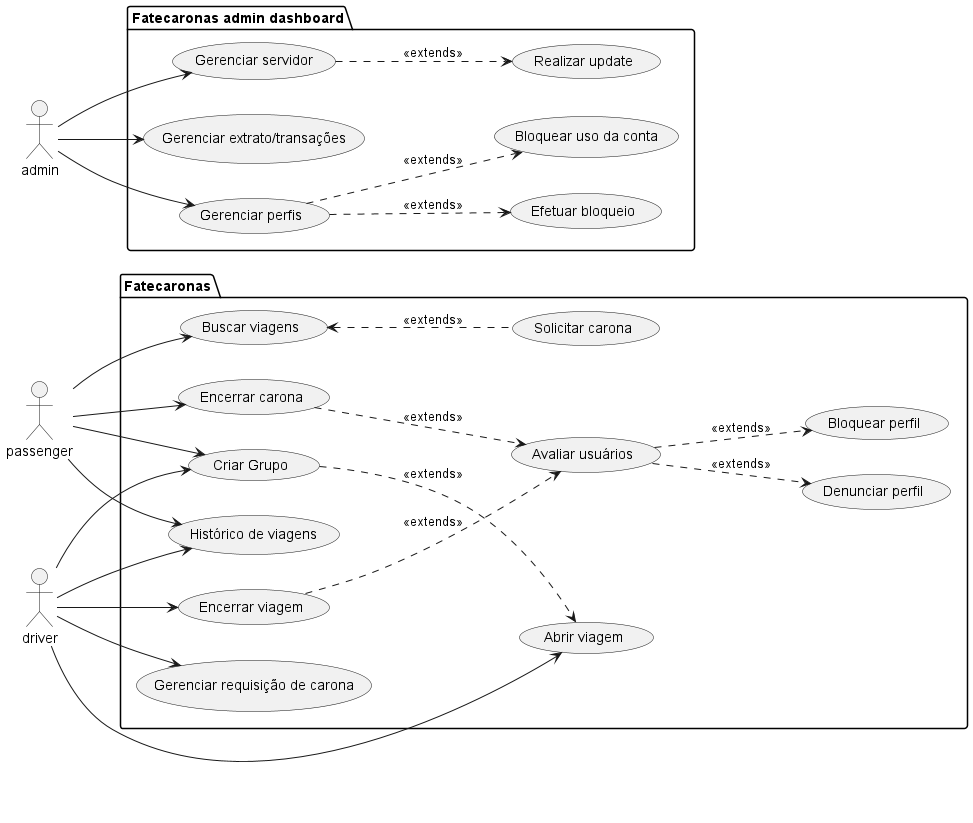
The PlantUML diagram out/uses_cases_fatecaronas/Fatecaronas.png in Vinicius0607/ProjetoES2, before a commit.
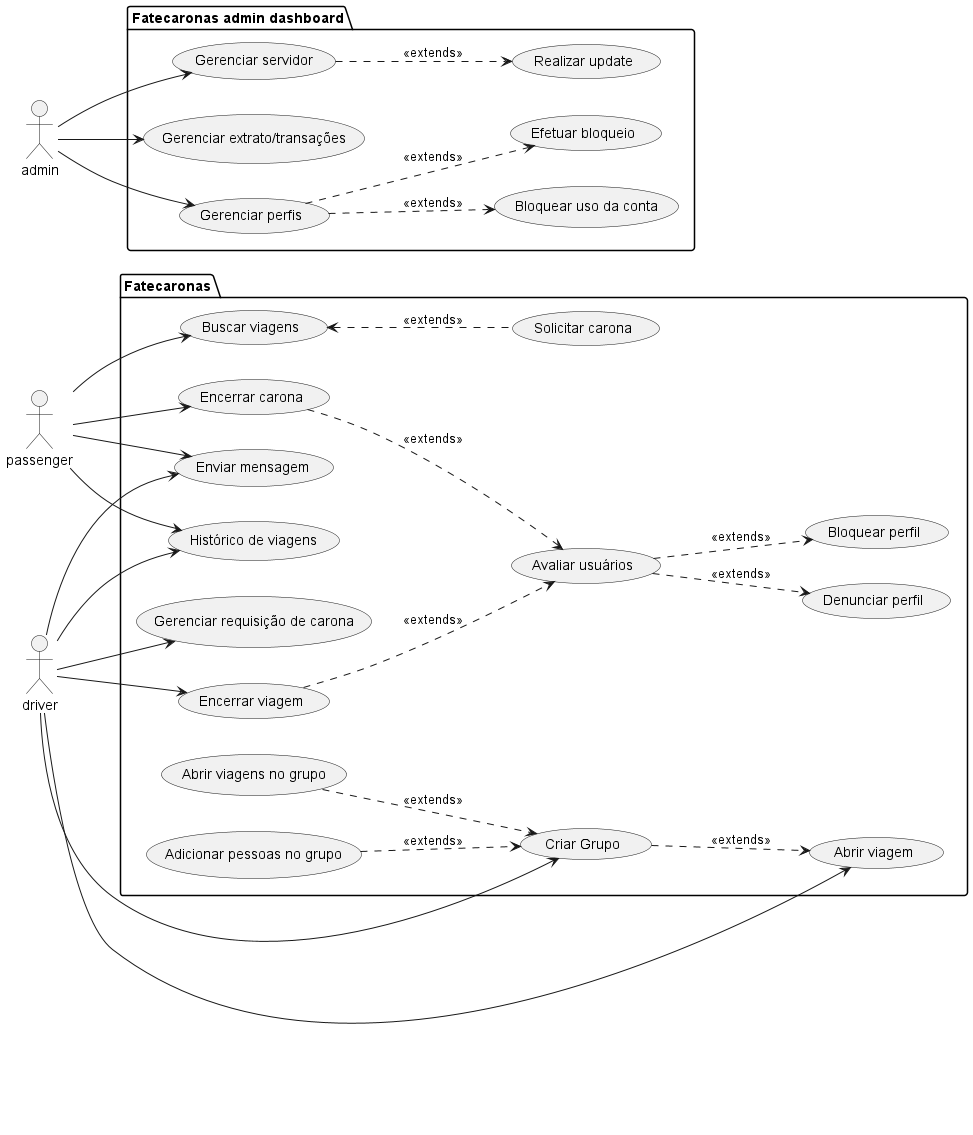
The same file after the commit.

Commit message:
fix: app use cases

What changed in the source:
```diff
@@ -17,6 +17,9 @@
     usecase "Denunciar perfil" as UC10
     usecase "Bloquear perfil" as UC11
     usecase "Criar Grupo" as UC18
+    usecase "Adicionar pessoas no grupo" as UC19
+    usecase "Abrir viagens no grupo" as UC20
+    usecase "Enviar mensagem" as UC21
 }
 
 package "Fatecaronas admin dashboard" {
@@ -31,7 +34,7 @@
 p --> UC1
 p --> UC3
 p --> UC5
-p --> UC18
+p --> UC21
 UC1 <.. UC2: <<extends>>
 UC3 ..> UC6: <<extends>>
 UC9 ..> UC6: <<extends>>
@@ -42,6 +45,7 @@
 d --> UC9
 d --> UC5
 d --> UC18
+d --> UC21
 a --> UC12
 a --> UC13
 a --> UC14
@@ -49,5 +53,7 @@
 UC14 ..> UC15: <<extends>>
 UC14 ..> UC16: <<extends>>
 UC18 ..> UC7: <<extends>>
+UC19 ..> UC18: <<extends>>
+UC20 ..> UC18: <<extends>>
 
 @enduml
```
